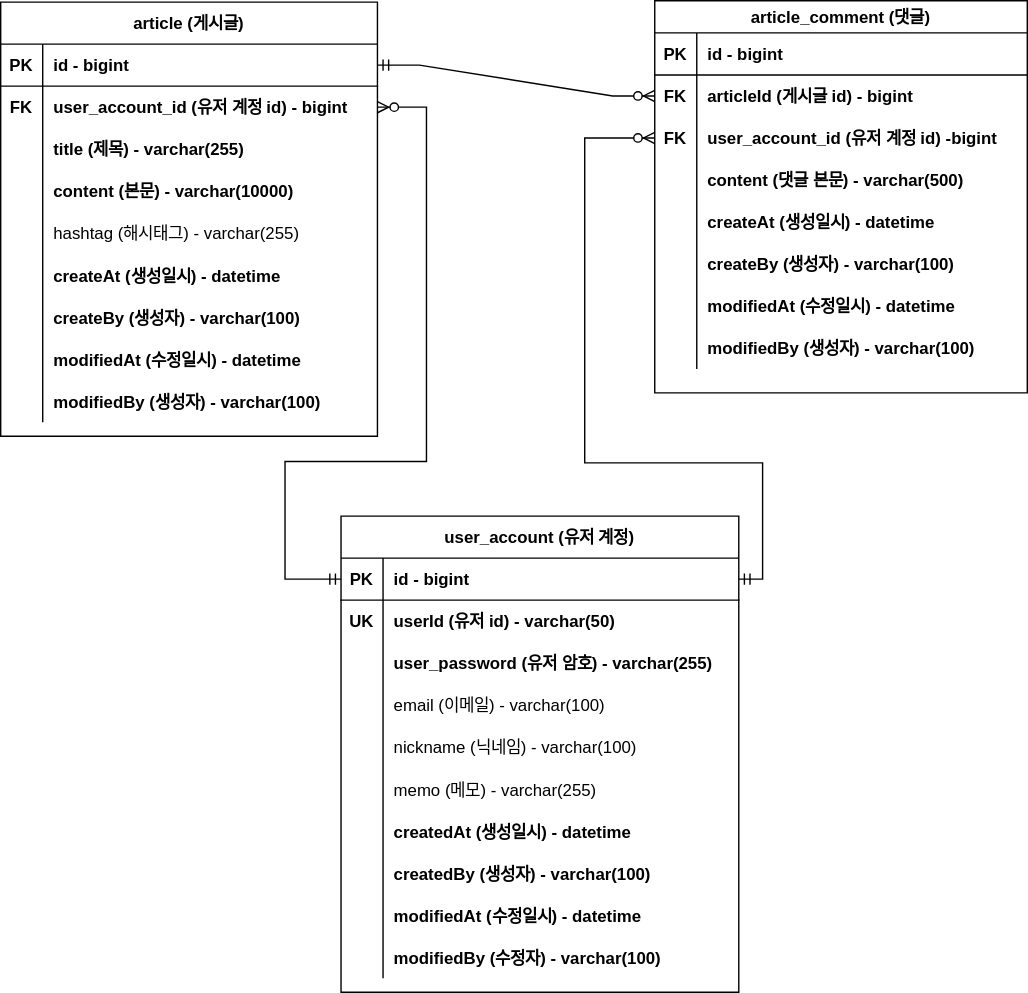
The draw.io diagram documents/project-board-erd.svg in JIHYEON-PF/fc_project-board, before a commit. Source tidied: cells renumbered, new cells last; positions are measured from the earlier drawing's top-left corner, leaving out a move shared by most shapes.
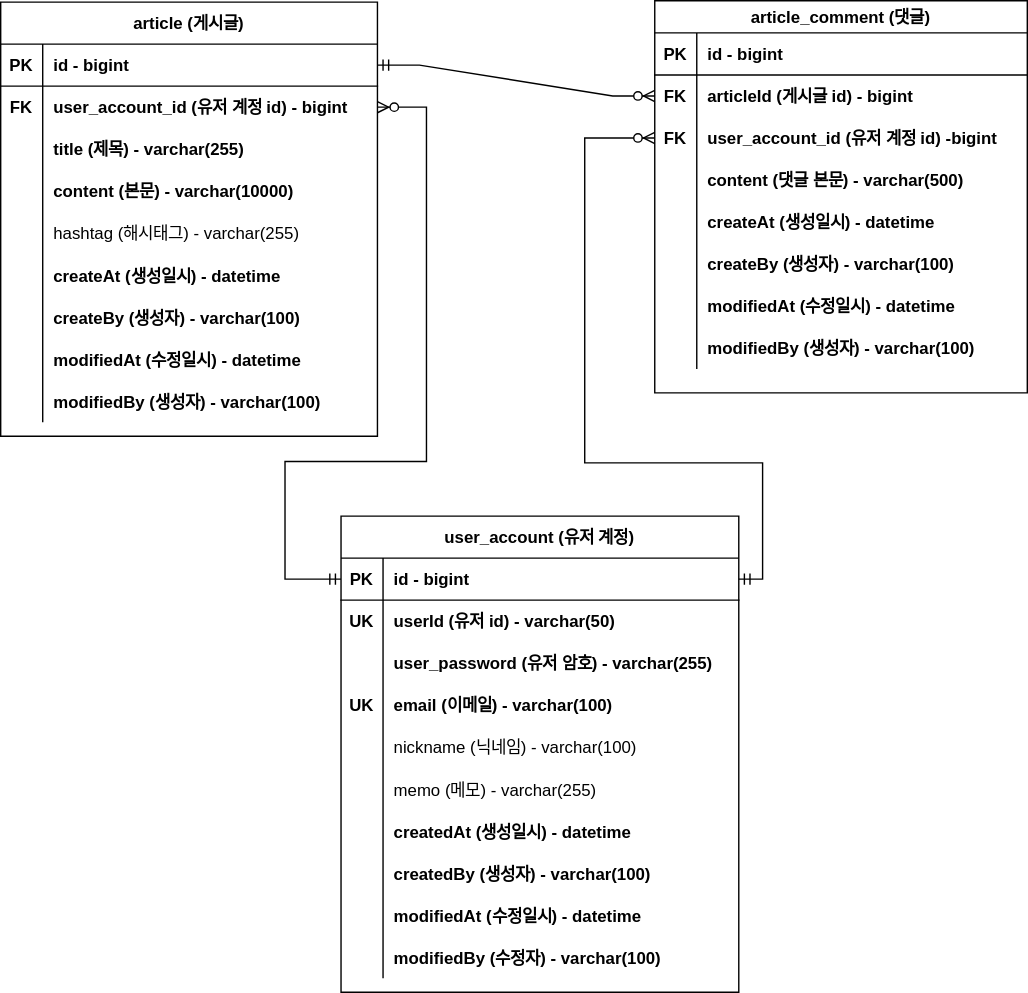
After the commit.

Commit message:
#29 - userAccount 테이블 email 필드 Unique로 변경

Diff of the diagram source:
```diff
@@ -197,10 +197,10 @@
     <mxCell id="66" style="shape=partialRectangle;fillColor=none;top=0;left=0;right=0;bottom=0;" parent="56" vertex="1">
       <mxGeometry y="120" width="284" height="30" as="geometry" />
     </mxCell>
-    <mxCell id="67" style="shape=partialRectangle;overflow=hidden;fillColor=none;top=0;left=0;bottom=0;right=0;" parent="66" vertex="1">
+    <mxCell id="67" value="UK" style="shape=partialRectangle;overflow=hidden;fillColor=none;top=0;left=0;bottom=0;right=0;fontStyle=1;" parent="66" vertex="1">
       <mxGeometry width="30" height="30" as="geometry" />
     </mxCell>
-    <mxCell id="68" value="email (이메일) - varchar(100)" style="shape=partialRectangle;overflow=hidden;fillColor=none;top=0;left=0;bottom=0;right=0;align=left;spacingLeft=6;fontStyle=0;" parent="66" vertex="1">
+    <mxCell id="68" value="email (이메일) - varchar(100)" style="shape=partialRectangle;overflow=hidden;fillColor=none;top=0;left=0;bottom=0;right=0;align=left;spacingLeft=6;fontStyle=1;" parent="66" vertex="1">
       <mxGeometry x="30" width="254" height="30" as="geometry" />
     </mxCell>
     <mxCell id="69" style="shape=partialRectangle;fillColor=none;top=0;left=0;right=0;bottom=0;" parent="56" vertex="1">
```
